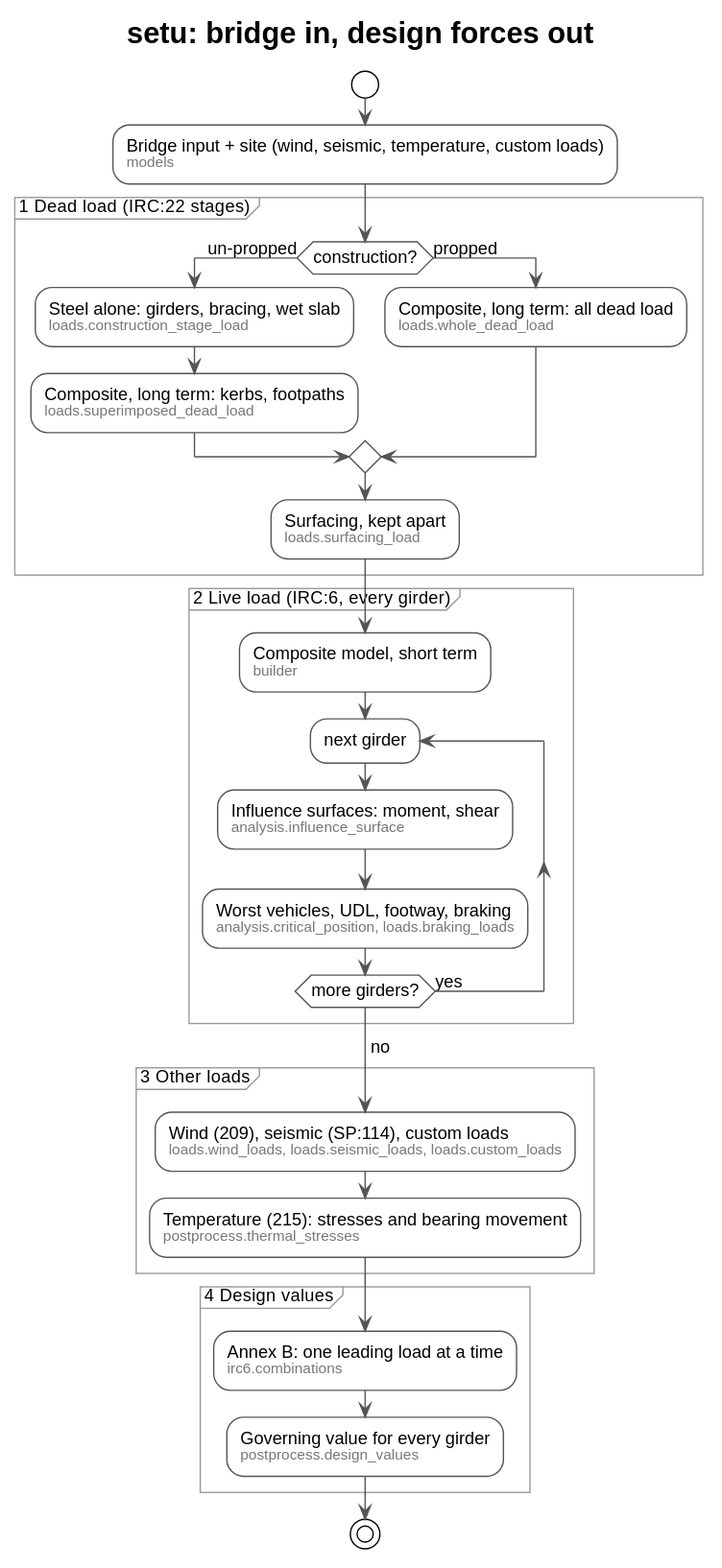
Above: docs/flow.svg in nishikantmandal007/setu (PlantUML), before the change.
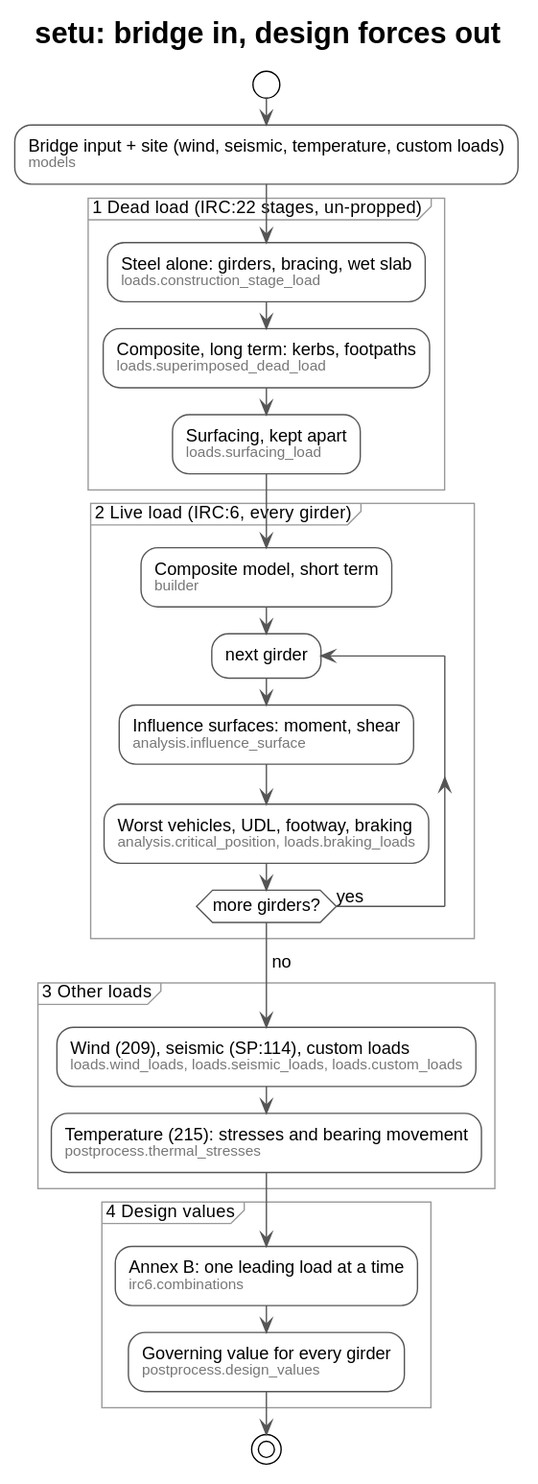
The same file after the commit.

Change to the diagram source:
```diff
@@ -12,16 +12,11 @@
 :Bridge input + site (wind, seismic, temperature, custom loads)
 <size:11><color:#777>models</color></size>;
 
-partition "1  Dead load  (IRC:22 stages)" {
-  if (construction?) then (un-propped)
-    :Steel alone: girders, bracing, wet slab
-    <size:11><color:#777>loads.construction_stage_load</color></size>;
-    :Composite, long term: kerbs, footpaths
-    <size:11><color:#777>loads.superimposed_dead_load</color></size>;
-  else (propped)
-    :Composite, long term: all dead load
-    <size:11><color:#777>loads.whole_dead_load</color></size>;
-  endif
+partition "1  Dead load  (IRC:22 stages, un-propped)" {
+  :Steel alone: girders, bracing, wet slab
+  <size:11><color:#777>loads.construction_stage_load</color></size>;
+  :Composite, long term: kerbs, footpaths
+  <size:11><color:#777>loads.superimposed_dead_load</color></size>;
   :Surfacing, kept apart
   <size:11><color:#777>loads.surfacing_load</color></size>;
 }
```
